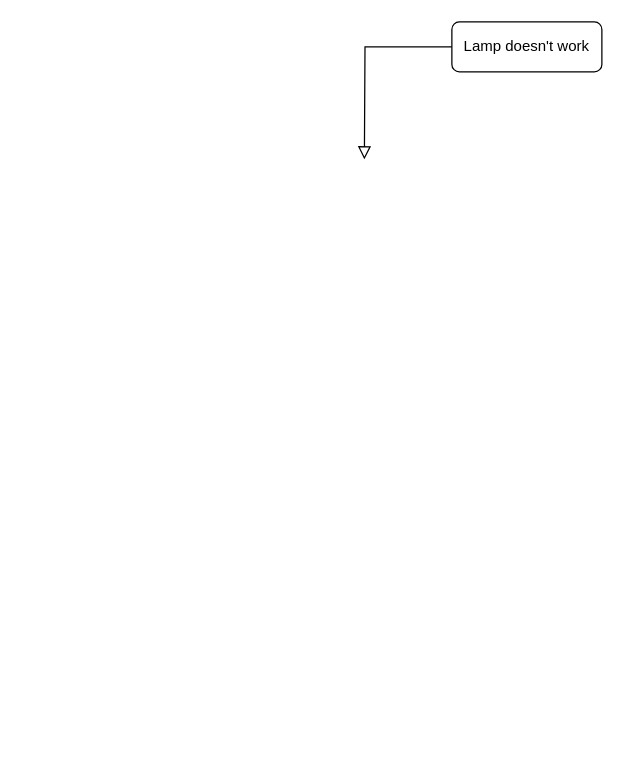
Above: Untitled Diagram.drawio in Antor7080/Antor7080 (draw.io), before the change. Source tidied: cells renumbered, new cells numbered last; positions are measured from the earlier drawing's top-left corner, leaving out a move shared by most shapes. Both pictures are drawn from the tidied source at 125%, with x=0, y=0 at pixel (364, 21).
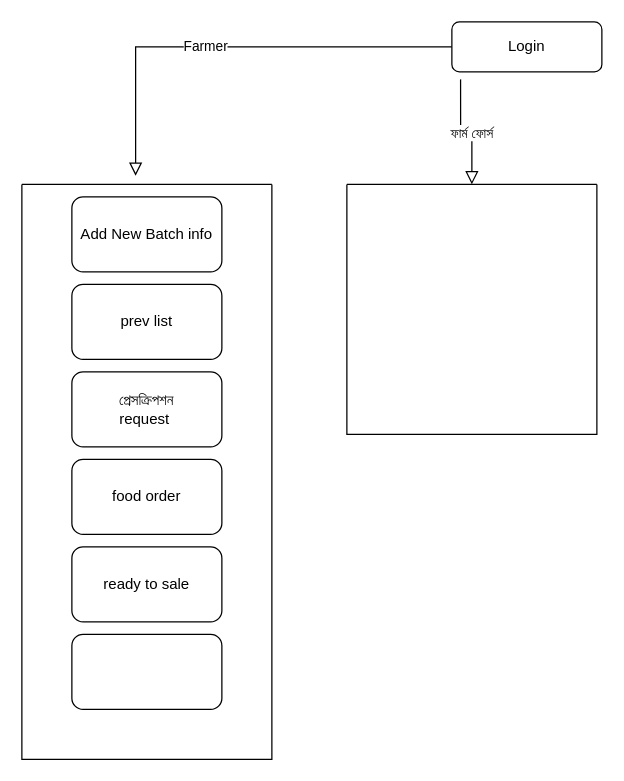
The same page after the edit.

What changed in the source:
```diff
@@
 <mxGraphModel>
   <root>
     <mxCell id="0" />
     <mxCell id="1" parent="0" />
-    <mxCell id="2" style="rounded=0;html=1;jettySize=auto;fontSize=11;endArrow=block;endFill=0;endSize=8;strokeWidth=1;shadow=0;labelBackgroundColor=none;edgeStyle=orthogonalEdgeStyle;" parent="1" edge="1" source="3">
-      <mxGeometry relative="1" as="geometry">
-        <mxPoint y="110" as="targetPoint" />
-      </mxGeometry>
+    <mxCell id="2" style="rounded=0;html=1;jettySize=auto;fontSize=11;endArrow=block;endFill=0;endSize=8;strokeWidth=1;shadow=0;labelBackgroundColor=none;edgeStyle=orthogonalEdgeStyle;entryX=0.455;entryY=-0.015;entryDx=0;entryDy=0;entryPerimeter=0;" parent="1" edge="1" source="3" target="5">
+      <mxGeometry relative="1" as="geometry" />
     </mxCell>
+    <mxCell id="4" value="Farmer" style="edgeLabel;html=1;align=center;verticalAlign=middle;" parent="2" vertex="1">
+      <mxGeometry x="0.11" y="-1" relative="1" as="geometry" />
+    </mxCell>
-    <mxCell id="3" value="Lamp doesn't work" style="rounded=1;whiteSpace=wrap;html=1;fontSize=12;glass=0;strokeWidth=1;shadow=0;" parent="1" vertex="1">
+    <mxCell id="3" value="Login" style="rounded=1;whiteSpace=wrap;html=1;fontSize=12;glass=0;strokeWidth=1;shadow=0;" parent="1" vertex="1">
       <mxGeometry x="70" width="120" height="40" as="geometry" />
     </mxCell>
+    <mxCell id="5" style="swimlane;startSize=0;" parent="1" vertex="1">
+      <mxGeometry x="-274" y="130" width="200" height="460" as="geometry" />
+    </mxCell>
+    <mxCell id="6" value="Add New Batch info" style="rounded=1;whiteSpace=wrap;html=1;" parent="5" vertex="1">
+      <mxGeometry x="40" y="10" width="120" height="60" as="geometry" />
+    </mxCell>
+    <mxCell id="7" value="prev list" style="rounded=1;whiteSpace=wrap;html=1;" parent="5" vertex="1">
+      <mxGeometry x="40" y="80" width="120" height="60" as="geometry" />
+    </mxCell>
+    <mxCell id="8" value="প্রেসক্রিপশন&lt;br&gt;request&amp;nbsp;" style="rounded=1;whiteSpace=wrap;html=1;" parent="5" vertex="1">
+      <mxGeometry x="40" y="150" width="120" height="60" as="geometry" />
+    </mxCell>
+    <mxCell id="9" value="food order" style="rounded=1;whiteSpace=wrap;html=1;" parent="5" vertex="1">
+      <mxGeometry x="40" y="220" width="120" height="60" as="geometry" />
+    </mxCell>
+    <mxCell id="10" value="ready to sale" style="rounded=1;whiteSpace=wrap;html=1;" parent="5" vertex="1">
+      <mxGeometry x="40" y="290" width="120" height="60" as="geometry" />
+    </mxCell>
+    <mxCell id="11" style="rounded=1;whiteSpace=wrap;html=1;" parent="5" vertex="1">
+      <mxGeometry x="40" y="360" width="120" height="60" as="geometry" />
+    </mxCell>
+    <mxCell id="12" style="swimlane;startSize=0;" parent="1" vertex="1">
+      <mxGeometry x="-14" y="130" width="200" height="200" as="geometry" />
+    </mxCell>
+    <mxCell id="13" style="rounded=0;html=1;jettySize=auto;fontSize=11;endArrow=block;endFill=0;endSize=8;strokeWidth=1;shadow=0;labelBackgroundColor=none;edgeStyle=orthogonalEdgeStyle;entryX=0.5;entryY=0;entryDx=0;entryDy=0;exitX=0.058;exitY=1.15;exitDx=0;exitDy=0;exitPerimeter=0;" parent="1" edge="1" source="3" target="12">
+      <mxGeometry relative="1" as="geometry" />
+    </mxCell>
+    <mxCell id="14" value="ফার্ম ফোর্স" style="edgeLabel;html=1;align=center;verticalAlign=middle;" parent="13" vertex="1">
+      <mxGeometry x="0.11" y="-1" relative="1" as="geometry" />
+    </mxCell>
   </root>
 </mxGraphModel>
```
